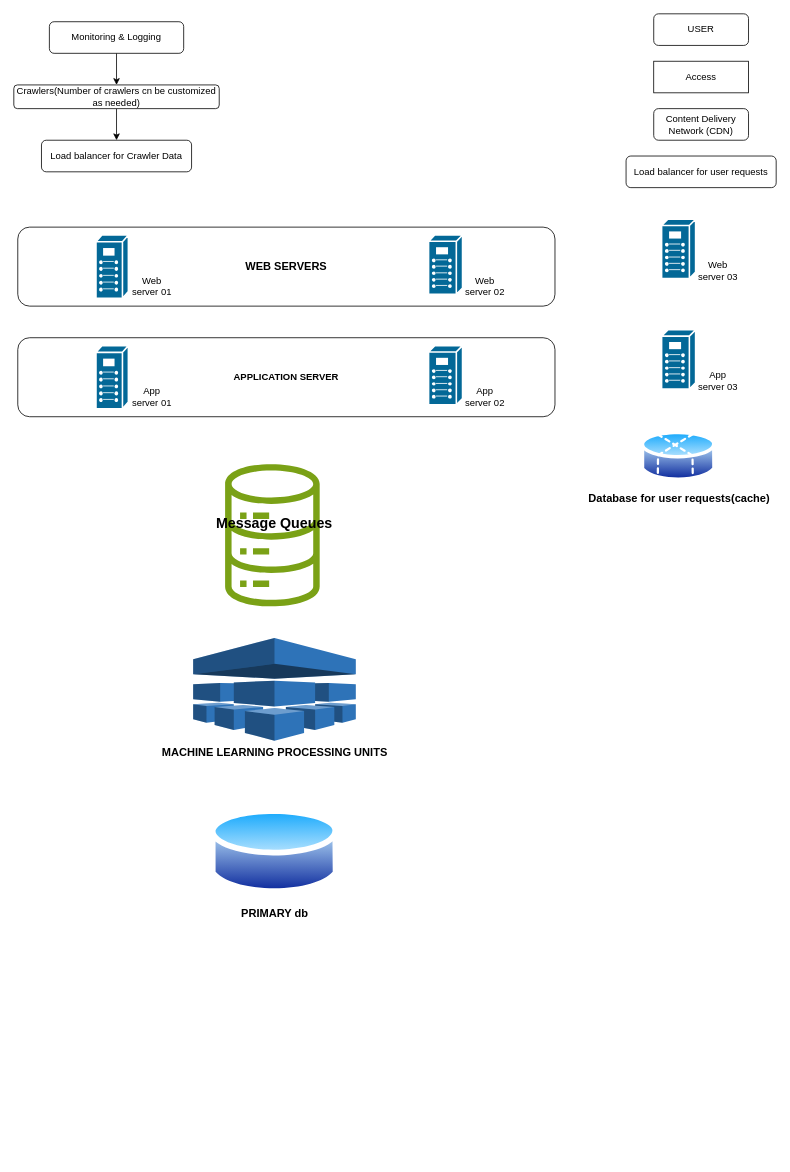
The draw.io diagram ASS03.drawio in Narthanasiva/Narthanasiva, before the edit. Source tidied: cells renumbered, new cells numbered last; positions are measured from the earlier drawing's top-left corner, leaving out a move shared by most shapes. Both pictures are drawn from the tidied source at 79%, with x=0, y=0 at pixel (13, 13).
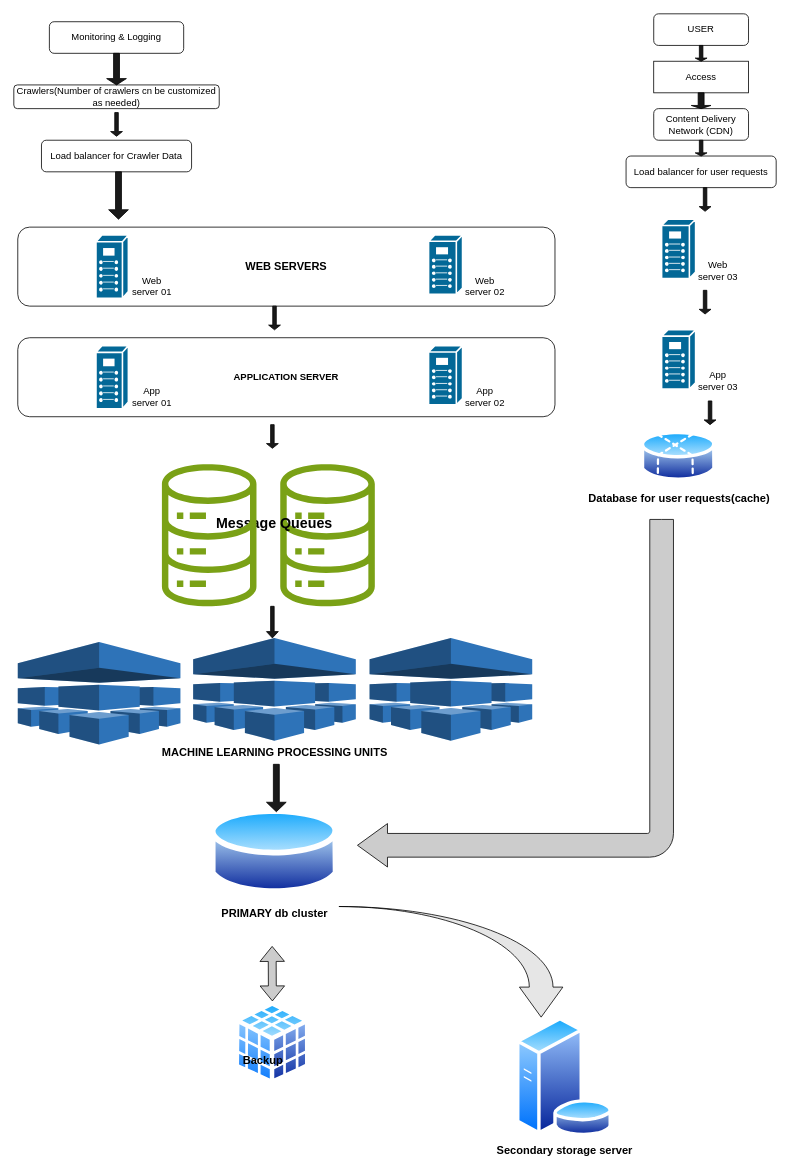
After the change.

Unchanged cells that the change refers to:
```xml
<mxCell id="3" value="Monitoring &amp;amp; Logging" style="rounded=1;whiteSpace=wrap;html=1;" parent="1" vertex="1">
  <mxGeometry x="45" y="10" width="170" height="40" as="geometry" />
</mxCell>
<mxCell id="4" value="Load balancer for Crawler Data" style="rounded=1;whiteSpace=wrap;html=1;" parent="1" vertex="1">
  <mxGeometry x="35" y="160" width="190" height="40" as="geometry" />
</mxCell>
<mxCell id="6" value="Crawlers(Number of crawlers cn be customized as needed)" style="rounded=1;whiteSpace=wrap;html=1;" parent="1" vertex="1">
  <mxGeometry y="90" width="260" height="30" as="geometry" />
</mxCell>
```

The edit, as a diff of the source:
```diff
@@
-    <mxCell id="2" style="edgeStyle=orthogonalEdgeStyle;rounded=0;jettySize=auto;html=1;" parent="1" edge="1" source="3" target="6">
-      <mxGeometry relative="1" as="geometry" />
-    </mxCell>
@@
-    <mxCell id="5" style="edgeStyle=orthogonalEdgeStyle;rounded=0;jettySize=auto;html=1;" parent="1" edge="1" source="6" target="4">
-      <mxGeometry relative="1" as="geometry" />
-    </mxCell>
@@
     <mxCell id="17" style="sketch=0;fontColor=#232F3E;gradientColor=none;fillColor=#7AA116;strokeColor=none;dashed=0;verticalLabelPosition=bottom;verticalAlign=top;align=center;html=1;fontSize=12;fontStyle=0;shape=mxgraph.aws4.iot_analytics_data_store;" parent="1" vertex="1">
-      <mxGeometry x="265" y="570" width="124.6" height="180" as="geometry" />
+      <mxGeometry x="334.8" y="570" width="124.6" height="180" as="geometry" />
     </mxCell>
@@
-    <mxCell id="28" value="&lt;b&gt;&lt;font style=&quot;font-size: 14px;&quot;&gt;PRIMARY db&lt;/font&gt;&lt;/b&gt;" style="image;perimeter=ellipsePerimeter;html=1;align=center;shadow=0;dashed=0;spacingTop=3;image=img/lib/active_directory/database.svg;" parent="1" vertex="1">
+    <mxCell id="28" value="&lt;b&gt;&lt;font style=&quot;font-size: 14px;&quot;&gt;PRIMARY db cluster&lt;/font&gt;&lt;/b&gt;" style="image;perimeter=ellipsePerimeter;html=1;align=center;shadow=0;dashed=0;spacingTop=3;image=img/lib/active_directory/database.svg;" parent="1" vertex="1">
       <mxGeometry x="248.5" y="1000" width="163" height="120.6" as="geometry" />
     </mxCell>
@@
+    <mxCell id="30" value="&lt;font style=&quot;font-size: 14px;&quot;&gt;&lt;b&gt;Secondary storage server&lt;/b&gt;&lt;/font&gt;" style="image;perimeter=ellipsePerimeter;html=1;align=center;shadow=0;dashed=0;spacingTop=3;image=img/lib/active_directory/database_server.svg;" parent="1" vertex="1">
+      <mxGeometry x="635" y="1270" width="123.8" height="151" as="geometry" />
+    </mxCell>
+    <mxCell id="31" style="shape=singleArrow;direction=south;whiteSpace=wrap;html=1;fillColor=#1A1A1A;" parent="1" vertex="1">
+      <mxGeometry x="120" y="200" width="25" height="60" as="geometry" />
+    </mxCell>
+    <mxCell id="32" style="shape=singleArrow;direction=south;whiteSpace=wrap;html=1;fillColor=#1A1A1A;" parent="1" vertex="1">
+      <mxGeometry x="117.5" y="50" width="25" height="40" as="geometry" />
+    </mxCell>
+    <mxCell id="33" style="shape=singleArrow;direction=south;whiteSpace=wrap;html=1;fillColor=#1A1A1A;" parent="1" vertex="1">
+      <mxGeometry x="122.5" y="125" width="15" height="30" as="geometry" />
+    </mxCell>
+    <mxCell id="34" style="shape=singleArrow;direction=south;whiteSpace=wrap;html=1;fillColor=#1A1A1A;" parent="1" vertex="1">
+      <mxGeometry x="857.5" y="100" width="25" height="20" as="geometry" />
+    </mxCell>
+    <mxCell id="35" style="shape=singleArrow;direction=south;whiteSpace=wrap;html=1;fillColor=#1A1A1A;" parent="1" vertex="1">
+      <mxGeometry x="862.5" y="40" width="15" height="20" as="geometry" />
+    </mxCell>
+    <mxCell id="36" style="shape=singleArrow;direction=south;whiteSpace=wrap;html=1;fillColor=#1A1A1A;" parent="1" vertex="1">
+      <mxGeometry x="862.5" y="160" width="15" height="20" as="geometry" />
+    </mxCell>
+    <mxCell id="37" style="shape=singleArrow;direction=south;whiteSpace=wrap;html=1;fillColor=#1A1A1A;" parent="1" vertex="1">
+      <mxGeometry x="867.5" y="220" width="15" height="30" as="geometry" />
+    </mxCell>
+    <mxCell id="38" style="shape=singleArrow;direction=south;whiteSpace=wrap;html=1;fillColor=#1A1A1A;" parent="1" vertex="1">
+      <mxGeometry x="867.5" y="350" width="15" height="30" as="geometry" />
+    </mxCell>
+    <mxCell id="39" style="shape=singleArrow;direction=south;whiteSpace=wrap;html=1;fillColor=#1A1A1A;" parent="1" vertex="1">
+      <mxGeometry x="873.8" y="490" width="15" height="30" as="geometry" />
+    </mxCell>
+    <mxCell id="40" style="shape=singleArrow;direction=south;whiteSpace=wrap;html=1;fillColor=#1A1A1A;" parent="1" vertex="1">
+      <mxGeometry x="322.5" y="370" width="15" height="30" as="geometry" />
+    </mxCell>
+    <mxCell id="41" style="shape=singleArrow;direction=south;whiteSpace=wrap;html=1;fillColor=#1A1A1A;" parent="1" vertex="1">
+      <mxGeometry x="319.8" y="520" width="15" height="30" as="geometry" />
+    </mxCell>
+    <mxCell id="42" style="shape=singleArrow;direction=south;whiteSpace=wrap;html=1;fillColor=#1A1A1A;" parent="1" vertex="1">
+      <mxGeometry x="319.8" y="750" width="15" height="40" as="geometry" />
+    </mxCell>
+    <mxCell id="43" style="shape=singleArrow;direction=south;whiteSpace=wrap;html=1;fillColor=#1A1A1A;" parent="1" vertex="1">
+      <mxGeometry x="319.8" y="950" width="25" height="60" as="geometry" />
+    </mxCell>
+    <mxCell id="44" style="html=1;shadow=0;dashed=0;align=center;verticalAlign=middle;shape=mxgraph.arrows2.bendArrow;dy=15;dx=38;notch=0;arrowHead=55;rounded=1;direction=west;fillColor=#CCCCCC;" parent="1" vertex="1">
+      <mxGeometry x="435" y="640" width="400" height="440" as="geometry" />
+    </mxCell>
+    <mxCell id="45" style="html=1;shadow=0;dashed=0;align=center;verticalAlign=middle;shape=mxgraph.arrows2.jumpInArrow;dy=15;dx=38;arrowHead=55;direction=south;fillColor=#E6E6E6;" parent="1" vertex="1">
+      <mxGeometry x="411.5" y="1130" width="283.5" height="140" as="geometry" />
+    </mxCell>
+    <mxCell id="46" style="sketch=0;fontColor=#232F3E;gradientColor=none;fillColor=#7AA116;strokeColor=none;dashed=0;verticalLabelPosition=bottom;verticalAlign=top;align=center;html=1;fontSize=12;fontStyle=0;shape=mxgraph.aws4.iot_analytics_data_store;" parent="1" vertex="1">
+      <mxGeometry x="185" y="570" width="124.6" height="180" as="geometry" />
+    </mxCell>
+    <mxCell id="47" style="dashed=0;verticalLabelPosition=bottom;verticalAlign=top;align=center;html=1;shape=mxgraph.aws3.machine_learning;fillColor=#2E73B8;gradientColor=none;" parent="1" vertex="1">
+      <mxGeometry x="450.3" y="790" width="205.9" height="130" as="geometry" />
+    </mxCell>
+    <mxCell id="48" style="dashed=0;verticalLabelPosition=bottom;verticalAlign=top;align=center;html=1;shape=mxgraph.aws3.machine_learning;fillColor=#2E73B8;gradientColor=none;" parent="1" vertex="1">
+      <mxGeometry x="5" y="795" width="205.9" height="130" as="geometry" />
+    </mxCell>
+    <mxCell id="49" style="image;perimeter=ellipsePerimeter;html=1;align=center;shadow=0;dashed=0;spacingTop=3;image=img/lib/active_directory/database_cube.svg;" parent="1" vertex="1">
+      <mxGeometry x="279.8" y="1250" width="95" height="105.6" as="geometry" />
+    </mxCell>
+    <mxCell id="50" value="&lt;b&gt;&lt;font style=&quot;font-size: 14px;&quot;&gt;Backup&lt;/font&gt;&lt;/b&gt;" style="text;html=1;align=center;verticalAlign=middle;strokeColor=none;fillColor=none;" parent="1" vertex="1">
+      <mxGeometry x="279.8" y="1310" width="70" height="30" as="geometry" />
+    </mxCell>
+    <mxCell id="51" style="shape=flexArrow;endArrow=classic;startArrow=classic;html=1;rounded=0;exitX=0.5;exitY=0;exitDx=0;exitDy=0;fillColor=#CCCCCC;" parent="1" edge="1" source="49">
+      <mxGeometry relative="1" as="geometry">
+        <mxPoint x="327" y="1180" as="targetPoint" />
+      </mxGeometry>
+    </mxCell>
```
